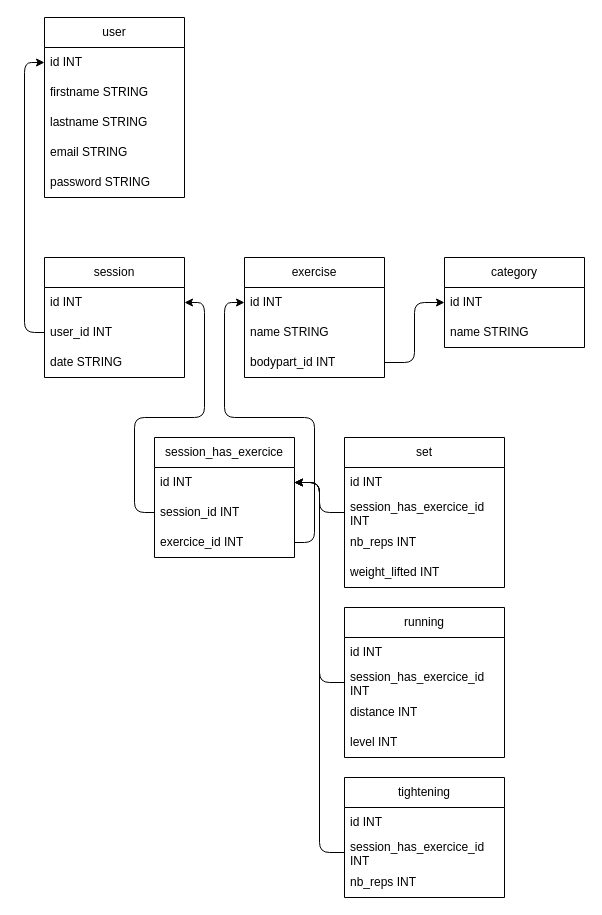
Earlier version of the draw.io diagram DOCS/mcd.drawio (chloebatillet/fitness-buddy). Source tidied: cells renumbered, new cells numbered last; positions are measured from the earlier drawing's top-left corner, leaving out a move shared by most shapes. Both pictures are drawn from the tidied source at 100%, with x=0, y=0 at pixel (24, 17).
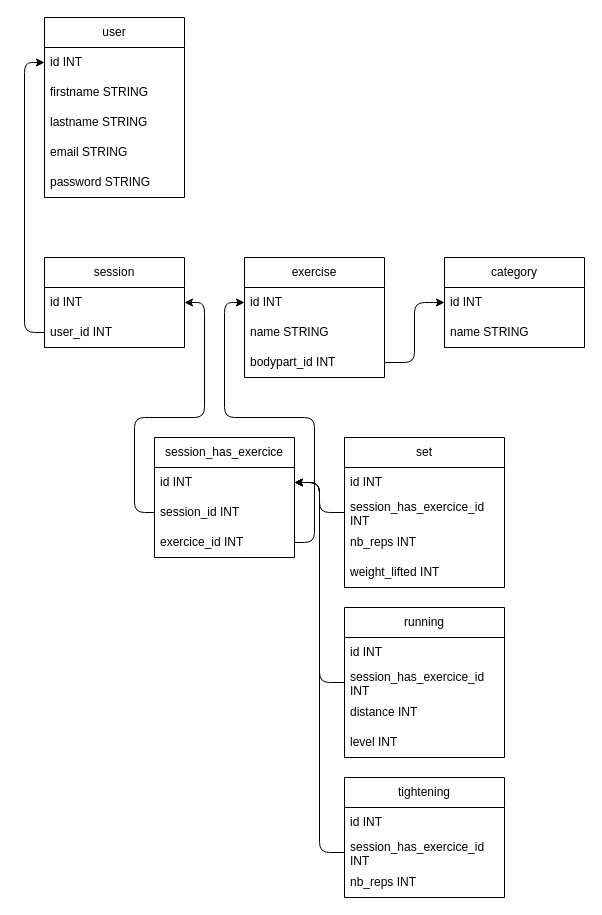
After the change.

What changed in the source:
```diff
@@
     <mxCell id="16" value="session" style="swimlane;fontStyle=0;horizontal=1;startSize=30;whiteSpace=wrap;html=1;" parent="1" vertex="1">
-      <mxGeometry x="20" y="240" width="140" height="120" as="geometry" />
+      <mxGeometry x="20" y="240" width="140" height="90" as="geometry" />
     </mxCell>
@@
-    <mxCell id="19" value="date STRING" style="text;strokeColor=none;fillColor=none;align=left;verticalAlign=middle;spacingLeft=4;spacingRight=4;overflow=hidden;whiteSpace=wrap;html=1;" parent="16" vertex="1">
-      <mxGeometry y="90" width="140" height="30" as="geometry" />
-    </mxCell>
```
